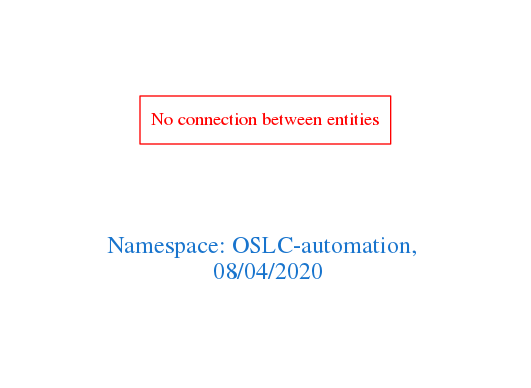
Earlier version of the Graphviz export downloads/OSLC-automation.png (arago/OGIT). Its source is kept beside it as downloads/OSLC-automation.dot.
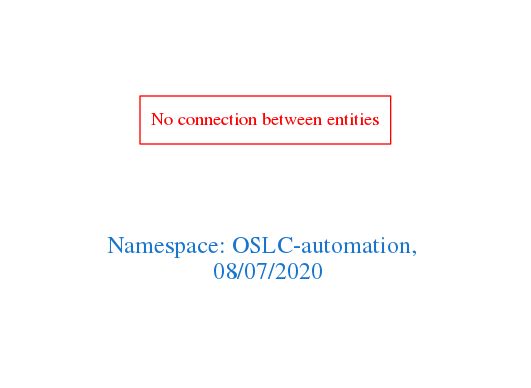
The same diagram one commit later.

What changed in the source:
```diff
@@ -1,7 +1,7 @@
 digraph OGIT_ontology {
  graph [ rankdir= LR,pad=1
 fontsize = 18,
-fontcolor= dodgerblue3,label = "\n\n\nNamespace: OSLC-automation, \n 08/04/2020"];
+fontcolor= dodgerblue3,label = "\n\n\nNamespace: OSLC-automation, \n 08/07/2020"];
 node[shape=polygon];
 edge [  color="gray81"];
 
```
